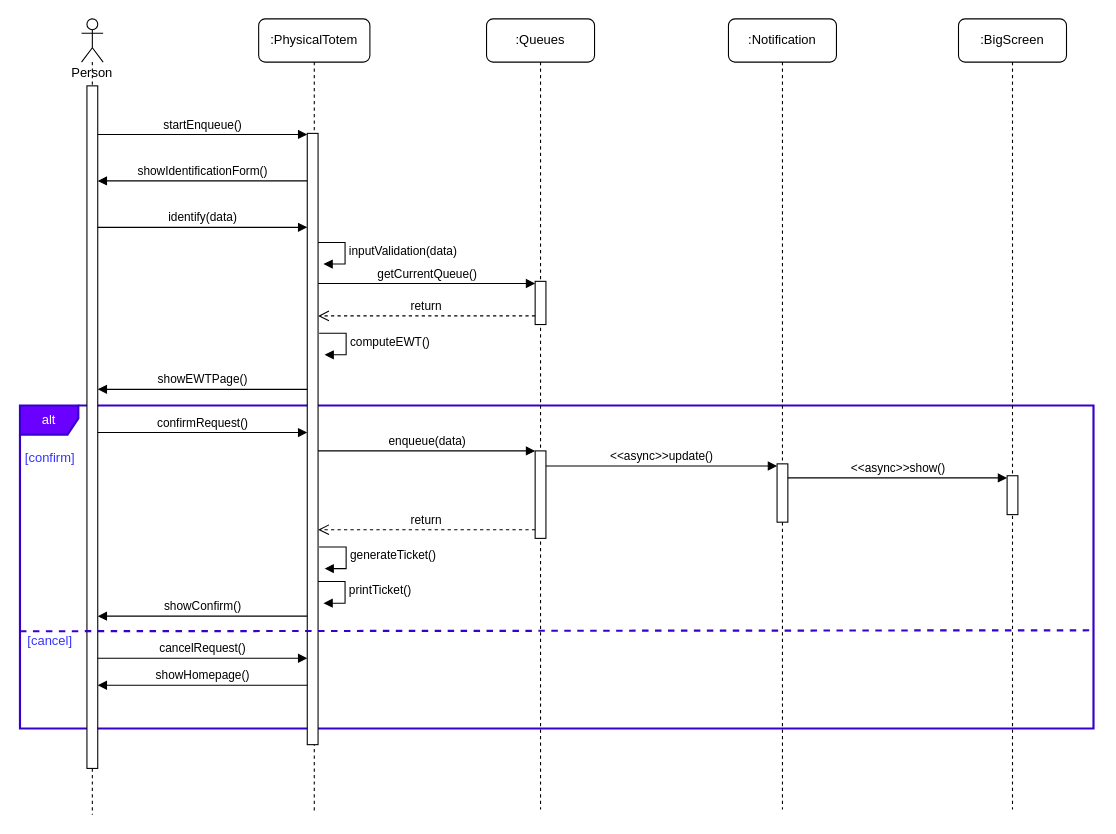
pollo-fritto/PozziNeroniVetere keeps this draw.io diagram as Diagrams/Sequence/sequence_totem_enqueue.drawio. Above is the earlier version. Source tidied: cells renumbered, new cells numbered last; positions are measured from the earlier drawing's top-left corner, leaving out a move shared by most shapes. Both pictures are drawn from the tidied source at 108%, with x=0, y=0 at pixel (19, 18).
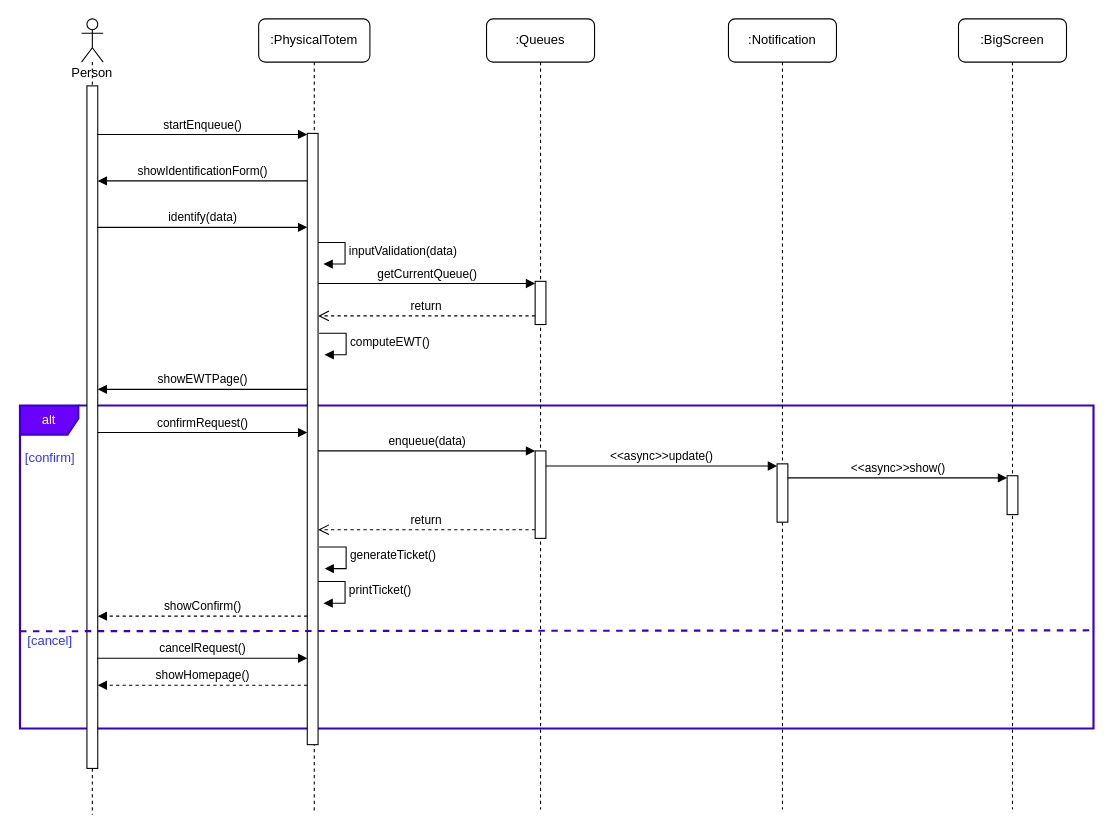
The same diagram, later.

Unchanged cells that the change refers to:
```xml
<mxCell id="4" style="html=1;points=[];perimeter=orthogonalPerimeter;rounded=0;shadow=0;comic=0;labelBackgroundColor=none;strokeWidth=1;fontFamily=Verdana;fontSize=12;align=center;" parent="3" vertex="1">
  <mxGeometry x="45" y="106" width="10" height="566" as="geometry" />
</mxCell>
<mxCell id="11" style="html=1;points=[];perimeter=orthogonalPerimeter;" parent="10" vertex="1">
  <mxGeometry x="5" y="62" width="10" height="632" as="geometry" />
</mxCell>
```

The edit, as a diff of the source:
```diff
@@
-    <mxCell id="29" value="showConfirm()" style="html=1;verticalAlign=bottom;endArrow=block;" parent="1" edge="1" source="4" target="11">
+    <mxCell id="29" value="showConfirm()" style="html=1;verticalAlign=bottom;endArrow=block;dashed=1;" parent="1" edge="1" source="4" target="11">
       <mxGeometry relative="1" as="geometry">
         <Array as="points">
           <mxPoint x="181" y="553" />
         </Array>
       </mxGeometry>
     </mxCell>
@@
-    <mxCell id="31" value="showHomepage()" style="html=1;verticalAlign=bottom;endArrow=block;" parent="1" edge="1" source="4" target="11">
+    <mxCell id="31" value="showHomepage()" style="html=1;verticalAlign=bottom;endArrow=block;dashed=1;" parent="1" edge="1" source="4" target="11">
       <mxGeometry relative="1" as="geometry">
         <Array as="points">
           <mxPoint x="173" y="617" />
         </Array>
       </mxGeometry>
     </mxCell>
```
